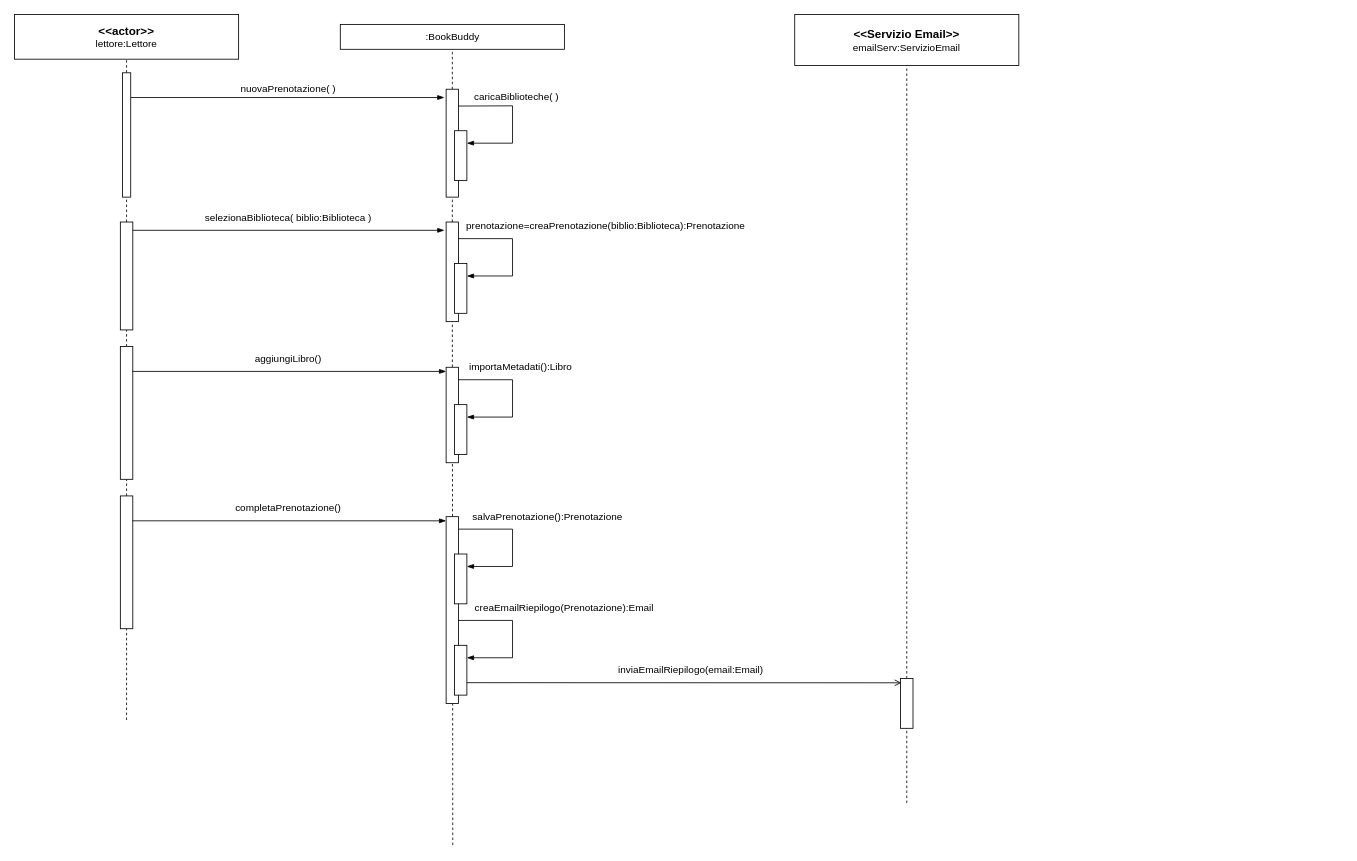
Before: page "Alta astrazione" (1 of 2) of Elaborati Progettazione/Prenota Libro/Diagramma di sequenza/Prenota Libro - sequenza.drawio in Tom-n7/progettoMurakami, a draw.io diagram. Source tidied: cells renumbered, new cells numbered last; positions are measured from the earlier drawing's top-left corner, leaving out a move shared by most shapes. Both pictures are drawn from the tidied source at 83%, with x=0, y=0 at pixel (14, 14).
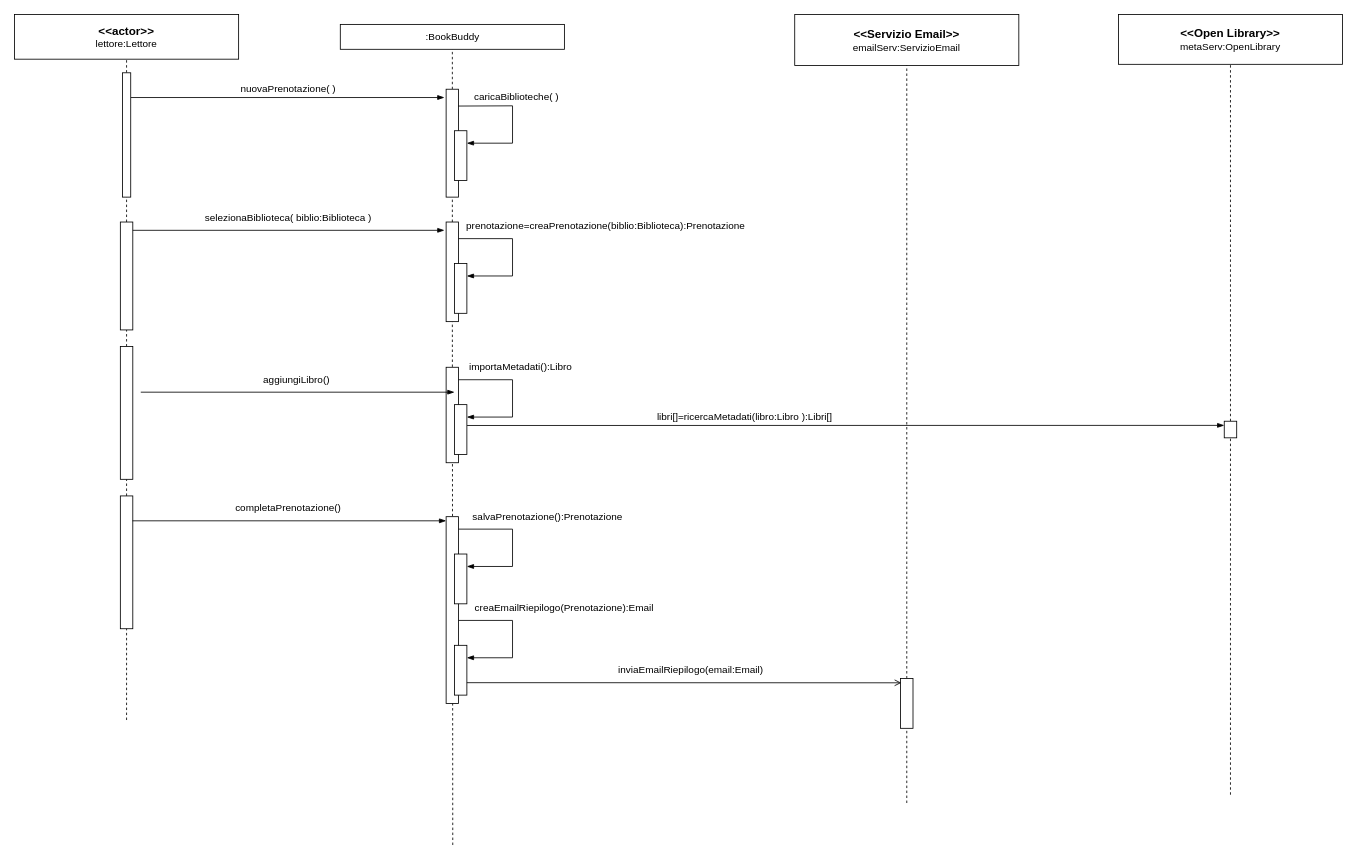
The same page after the edit.

Commit message (it also covers changes not shown here):
Delineati internal di "Importa metadati libro", aggiunto lo stesso a diagramma attività, iniziato VOPC di "prenota libro".

The change refers to these unchanged cells:
```xml
<mxCell id="37" style="rounded=0;whiteSpace=wrap;html=1;" parent="1" vertex="1">
  <mxGeometry x="530" y="470" width="15" height="60" as="geometry" />
</mxCell>
```

The edit, as a diff of the source:
```diff
@@
     <mxCell id="34" style="group;" parent="1" vertex="1">
-      <mxGeometry x="140" y="400" width="380" height="30" as="geometry" />
+      <mxGeometry x="150" y="425" width="380" height="30" as="geometry" />
     </mxCell>
@@
+    <mxCell id="60" value="&lt;font size=&quot;1&quot;&gt;&lt;b style=&quot;font-size: 14px;&quot;&gt;&amp;lt;&amp;lt;Open Library&amp;gt;&amp;gt;&lt;br&gt;&lt;/b&gt;&lt;/font&gt;metaServ:OpenLibrary" style="rounded=0;whiteSpace=wrap;html=1;" parent="1" vertex="1">
+      <mxGeometry x="1330" width="270" height="60" as="geometry" />
+    </mxCell>
+    <mxCell id="61" style="endArrow=none;dashed=1;html=1;rounded=0;entryX=0.5;entryY=1;entryDx=0;entryDy=0;" parent="1" edge="1" source="65" target="60">
+      <mxGeometry relative="1" as="geometry" />
+    </mxCell>
+    <mxCell id="62" style="endArrow=blockThin;html=1;rounded=0;endFill=1;entryX=0;entryY=0.25;entryDx=0;entryDy=0;exitX=1.015;exitY=0.419;exitDx=0;exitDy=0;exitPerimeter=0;" parent="1" edge="1" source="37" target="65">
+      <mxGeometry relative="1" as="geometry" />
+    </mxCell>
+    <mxCell id="63" value="libri[]=ricercaMetadati(libro:Libro ):Libri[]" style="text;html=1;strokeColor=none;fillColor=none;align=center;verticalAlign=middle;whiteSpace=wrap;rounded=0;" parent="1" vertex="1">
+      <mxGeometry x="590" y="470" width="580" height="30" as="geometry" />
+    </mxCell>
+    <mxCell id="64" style="endArrow=none;dashed=1;html=1;rounded=0;entryX=0.5;entryY=1;entryDx=0;entryDy=0;" parent="1" edge="1" target="65">
+      <mxGeometry relative="1" as="geometry">
+        <mxPoint x="1465" y="940" as="sourcePoint" />
+      </mxGeometry>
+    </mxCell>
+    <mxCell id="65" style="rounded=0;whiteSpace=wrap;html=1;" parent="1" vertex="1">
+      <mxGeometry x="1457.5" y="490" width="15" height="20" as="geometry" />
+    </mxCell>
```
